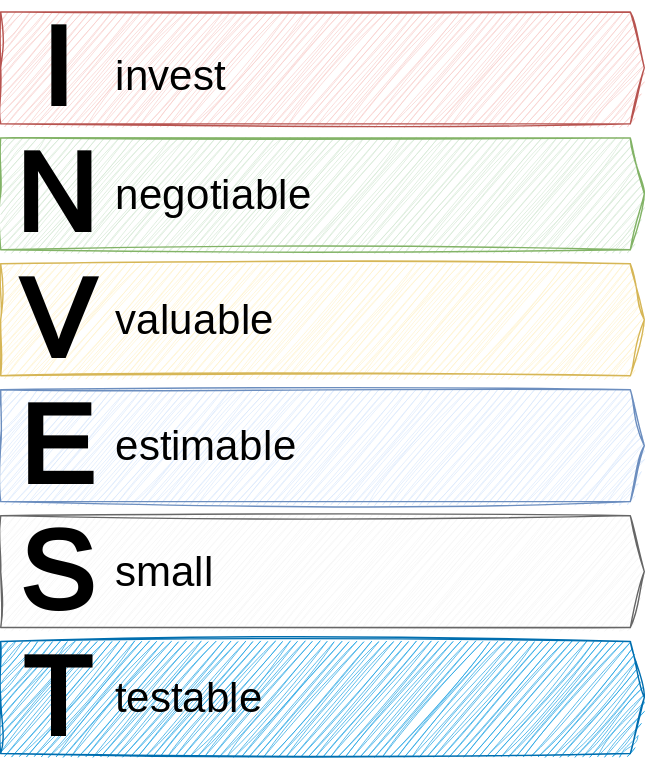
The draw.io diagram lesson-07 - scrum/graphics/userstory-invest.drawio.svg in thomykay/dhbw-projectmanagement1, before a commit. Source tidied: cells renumbered, new cells last; positions are measured from the earlier drawing's top-left corner, leaving out a move shared by most shapes. Source of this version:
```xml
<mxGraphModel>
  <root>
    <mxCell id="0" />
    <mxCell id="1" parent="0" />
    <mxCell id="2" style="html=1;shadow=0;dashed=0;align=center;verticalAlign=middle;shape=mxgraph.arrows2.arrow;dy=0;dx=10;notch=0;sketch=1;hachureGap=4;jiggle=2;curveFitting=1;fontFamily=Architects Daughter;fontSource=https%3A%2F%2Ffonts.googleapis.com%2Fcss%3Ffamily%3DArchitects%2BDaughter;fontSize=20;fillColor=#f8cecc;strokeColor=#b85450;" parent="1" vertex="1">
      <mxGeometry width="460" height="80" as="geometry" />
    </mxCell>
    <mxCell id="3" value="I" style="text;html=1;strokeColor=none;fillColor=none;align=center;verticalAlign=middle;whiteSpace=wrap;rounded=0;sketch=1;hachureGap=4;jiggle=2;curveFitting=1;fontFamily=Architects Daughter;fontSource=https%3A%2F%2Ffonts.googleapis.com%2Fcss%3Ffamily%3DArchitects%2BDaughter;fontSize=80;fontStyle=1;" parent="1" vertex="1">
      <mxGeometry x="10" width="60" height="80" as="geometry" />
    </mxCell>
    <mxCell id="4" value="invest" style="text;html=1;strokeColor=none;fillColor=none;align=left;verticalAlign=middle;whiteSpace=wrap;rounded=0;sketch=1;hachureGap=4;jiggle=2;curveFitting=1;fontFamily=Architects Daughter;fontSource=https%3A%2F%2Ffonts.googleapis.com%2Fcss%3Ffamily%3DArchitects%2BDaughter;fontSize=30;" parent="1" vertex="1">
      <mxGeometry x="80" y="20" width="150" height="50" as="geometry" />
    </mxCell>
    <mxCell id="5" style="html=1;shadow=0;dashed=0;align=center;verticalAlign=middle;shape=mxgraph.arrows2.arrow;dy=0;dx=10;notch=0;sketch=1;hachureGap=4;jiggle=2;curveFitting=1;fontFamily=Architects Daughter;fontSource=https%3A%2F%2Ffonts.googleapis.com%2Fcss%3Ffamily%3DArchitects%2BDaughter;fontSize=20;fillColor=#d5e8d4;strokeColor=#82b366;" parent="1" vertex="1">
      <mxGeometry y="90" width="460" height="80" as="geometry" />
    </mxCell>
    <mxCell id="6" style="html=1;shadow=0;dashed=0;align=center;verticalAlign=middle;shape=mxgraph.arrows2.arrow;dy=0;dx=10;notch=0;sketch=1;hachureGap=4;jiggle=2;curveFitting=1;fontFamily=Architects Daughter;fontSource=https%3A%2F%2Ffonts.googleapis.com%2Fcss%3Ffamily%3DArchitects%2BDaughter;fontSize=20;fillColor=#fff2cc;strokeColor=#d6b656;" parent="1" vertex="1">
      <mxGeometry y="180" width="460" height="80" as="geometry" />
    </mxCell>
    <mxCell id="7" style="html=1;shadow=0;dashed=0;align=center;verticalAlign=middle;shape=mxgraph.arrows2.arrow;dy=0;dx=10;notch=0;sketch=1;hachureGap=4;jiggle=2;curveFitting=1;fontFamily=Architects Daughter;fontSource=https%3A%2F%2Ffonts.googleapis.com%2Fcss%3Ffamily%3DArchitects%2BDaughter;fontSize=20;fillColor=#dae8fc;strokeColor=#6c8ebf;" parent="1" vertex="1">
      <mxGeometry y="270" width="460" height="80" as="geometry" />
    </mxCell>
    <mxCell id="8" style="html=1;shadow=0;dashed=0;align=center;verticalAlign=middle;shape=mxgraph.arrows2.arrow;dy=0;dx=10;notch=0;sketch=1;hachureGap=4;jiggle=2;curveFitting=1;fontFamily=Architects Daughter;fontSource=https%3A%2F%2Ffonts.googleapis.com%2Fcss%3Ffamily%3DArchitects%2BDaughter;fontSize=20;fillColor=#f5f5f5;strokeColor=#666666;fontColor=#333333;" parent="1" vertex="1">
      <mxGeometry y="360" width="460" height="80" as="geometry" />
    </mxCell>
    <mxCell id="9" value="N" style="text;html=1;strokeColor=none;fillColor=none;align=center;verticalAlign=middle;whiteSpace=wrap;rounded=0;sketch=1;hachureGap=4;jiggle=2;curveFitting=1;fontFamily=Architects Daughter;fontSource=https%3A%2F%2Ffonts.googleapis.com%2Fcss%3Ffamily%3DArchitects%2BDaughter;fontSize=80;fontStyle=1;" parent="1" vertex="1">
      <mxGeometry x="10" y="90" width="60" height="80" as="geometry" />
    </mxCell>
    <mxCell id="10" value="V" style="text;html=1;strokeColor=none;fillColor=none;align=center;verticalAlign=middle;whiteSpace=wrap;rounded=0;sketch=1;hachureGap=4;jiggle=2;curveFitting=1;fontFamily=Architects Daughter;fontSource=https%3A%2F%2Ffonts.googleapis.com%2Fcss%3Ffamily%3DArchitects%2BDaughter;fontSize=80;fontStyle=1;" parent="1" vertex="1">
      <mxGeometry x="10" y="180" width="60" height="80" as="geometry" />
    </mxCell>
    <mxCell id="11" value="E" style="text;html=1;strokeColor=none;fillColor=none;align=center;verticalAlign=middle;whiteSpace=wrap;rounded=0;sketch=1;hachureGap=4;jiggle=2;curveFitting=1;fontFamily=Architects Daughter;fontSource=https%3A%2F%2Ffonts.googleapis.com%2Fcss%3Ffamily%3DArchitects%2BDaughter;fontSize=80;fontStyle=1;" parent="1" vertex="1">
      <mxGeometry x="10" y="270" width="60" height="80" as="geometry" />
    </mxCell>
    <mxCell id="12" value="S" style="text;html=1;strokeColor=none;fillColor=none;align=center;verticalAlign=middle;whiteSpace=wrap;rounded=0;sketch=1;hachureGap=4;jiggle=2;curveFitting=1;fontFamily=Architects Daughter;fontSource=https%3A%2F%2Ffonts.googleapis.com%2Fcss%3Ffamily%3DArchitects%2BDaughter;fontSize=80;fontStyle=1;" parent="1" vertex="1">
      <mxGeometry x="10" y="360" width="60" height="80" as="geometry" />
    </mxCell>
    <mxCell id="13" style="html=1;shadow=0;dashed=0;align=center;verticalAlign=middle;shape=mxgraph.arrows2.arrow;dy=0;dx=10;notch=0;sketch=1;hachureGap=4;jiggle=2;curveFitting=1;fontFamily=Architects Daughter;fontSource=https%3A%2F%2Ffonts.googleapis.com%2Fcss%3Ffamily%3DArchitects%2BDaughter;fontSize=20;fillColor=#1ba1e2;strokeColor=#006EAF;fontColor=#ffffff;" parent="1" vertex="1">
      <mxGeometry y="450" width="460" height="80" as="geometry" />
    </mxCell>
    <mxCell id="14" value="T" style="text;html=1;strokeColor=none;fillColor=none;align=center;verticalAlign=middle;whiteSpace=wrap;rounded=0;sketch=1;hachureGap=4;jiggle=2;curveFitting=1;fontFamily=Architects Daughter;fontSource=https%3A%2F%2Ffonts.googleapis.com%2Fcss%3Ffamily%3DArchitects%2BDaughter;fontSize=80;fontStyle=1;" parent="1" vertex="1">
      <mxGeometry x="10" y="450" width="60" height="80" as="geometry" />
    </mxCell>
    <mxCell id="15" value="negotiable" style="text;html=1;strokeColor=none;fillColor=none;align=left;verticalAlign=middle;whiteSpace=wrap;rounded=0;sketch=1;hachureGap=4;jiggle=2;curveFitting=1;fontFamily=Architects Daughter;fontSource=https%3A%2F%2Ffonts.googleapis.com%2Fcss%3Ffamily%3DArchitects%2BDaughter;fontSize=30;" parent="1" vertex="1">
      <mxGeometry x="80" y="105" width="150" height="50" as="geometry" />
    </mxCell>
    <mxCell id="16" value="valuable" style="text;html=1;strokeColor=none;fillColor=none;align=left;verticalAlign=middle;whiteSpace=wrap;rounded=0;sketch=1;hachureGap=4;jiggle=2;curveFitting=1;fontFamily=Architects Daughter;fontSource=https%3A%2F%2Ffonts.googleapis.com%2Fcss%3Ffamily%3DArchitects%2BDaughter;fontSize=30;" parent="1" vertex="1">
      <mxGeometry x="80" y="195" width="150" height="50" as="geometry" />
    </mxCell>
    <mxCell id="17" value="estimable" style="text;html=1;strokeColor=none;fillColor=none;align=left;verticalAlign=middle;whiteSpace=wrap;rounded=0;sketch=1;hachureGap=4;jiggle=2;curveFitting=1;fontFamily=Architects Daughter;fontSource=https%3A%2F%2Ffonts.googleapis.com%2Fcss%3Ffamily%3DArchitects%2BDaughter;fontSize=30;" parent="1" vertex="1">
      <mxGeometry x="80" y="285" width="150" height="50" as="geometry" />
    </mxCell>
    <mxCell id="18" value="small" style="text;html=1;strokeColor=none;fillColor=none;align=left;verticalAlign=middle;whiteSpace=wrap;rounded=0;sketch=1;hachureGap=4;jiggle=2;curveFitting=1;fontFamily=Architects Daughter;fontSource=https%3A%2F%2Ffonts.googleapis.com%2Fcss%3Ffamily%3DArchitects%2BDaughter;fontSize=30;" parent="1" vertex="1">
      <mxGeometry x="80" y="375" width="150" height="50" as="geometry" />
    </mxCell>
    <mxCell id="19" value="testable" style="text;html=1;strokeColor=none;fillColor=none;align=left;verticalAlign=middle;whiteSpace=wrap;rounded=0;sketch=1;hachureGap=4;jiggle=2;curveFitting=1;fontFamily=Architects Daughter;fontSource=https%3A%2F%2Ffonts.googleapis.com%2Fcss%3Ffamily%3DArchitects%2BDaughter;fontSize=30;" parent="1" vertex="1">
      <mxGeometry x="80" y="465" width="150" height="50" as="geometry" />
    </mxCell>
  </root>
</mxGraphModel>
```
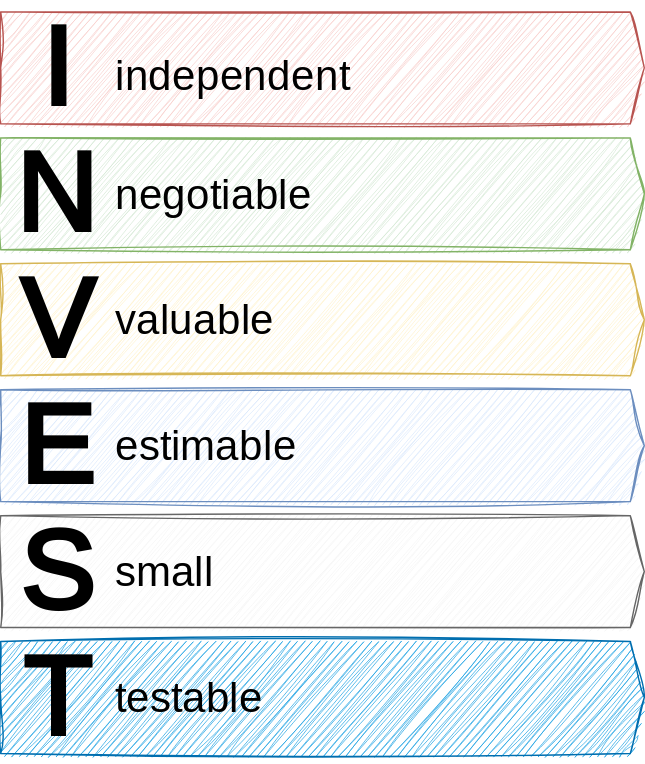
Above is the later version.

Change to the diagram source:
```diff
@@ -8,7 +8,7 @@
     <mxCell id="3" value="I" style="text;html=1;strokeColor=none;fillColor=none;align=center;verticalAlign=middle;whiteSpace=wrap;rounded=0;sketch=1;hachureGap=4;jiggle=2;curveFitting=1;fontFamily=Architects Daughter;fontSource=https%3A%2F%2Ffonts.googleapis.com%2Fcss%3Ffamily%3DArchitects%2BDaughter;fontSize=80;fontStyle=1;" parent="1" vertex="1">
       <mxGeometry x="10" width="60" height="80" as="geometry" />
     </mxCell>
-    <mxCell id="4" value="invest" style="text;html=1;strokeColor=none;fillColor=none;align=left;verticalAlign=middle;whiteSpace=wrap;rounded=0;sketch=1;hachureGap=4;jiggle=2;curveFitting=1;fontFamily=Architects Daughter;fontSource=https%3A%2F%2Ffonts.googleapis.com%2Fcss%3Ffamily%3DArchitects%2BDaughter;fontSize=30;" parent="1" vertex="1">
+    <mxCell id="4" value="independent" style="text;html=1;strokeColor=none;fillColor=none;align=left;verticalAlign=middle;whiteSpace=wrap;rounded=0;sketch=1;hachureGap=4;jiggle=2;curveFitting=1;fontFamily=Architects Daughter;fontSource=https%3A%2F%2Ffonts.googleapis.com%2Fcss%3Ffamily%3DArchitects%2BDaughter;fontSize=30;" parent="1" vertex="1">
       <mxGeometry x="80" y="20" width="150" height="50" as="geometry" />
     </mxCell>
     <mxCell id="5" style="html=1;shadow=0;dashed=0;align=center;verticalAlign=middle;shape=mxgraph.arrows2.arrow;dy=0;dx=10;notch=0;sketch=1;hachureGap=4;jiggle=2;curveFitting=1;fontFamily=Architects Daughter;fontSource=https%3A%2F%2Ffonts.googleapis.com%2Fcss%3Ffamily%3DArchitects%2BDaughter;fontSize=20;fillColor=#d5e8d4;strokeColor=#82b366;" parent="1" vertex="1">
```
